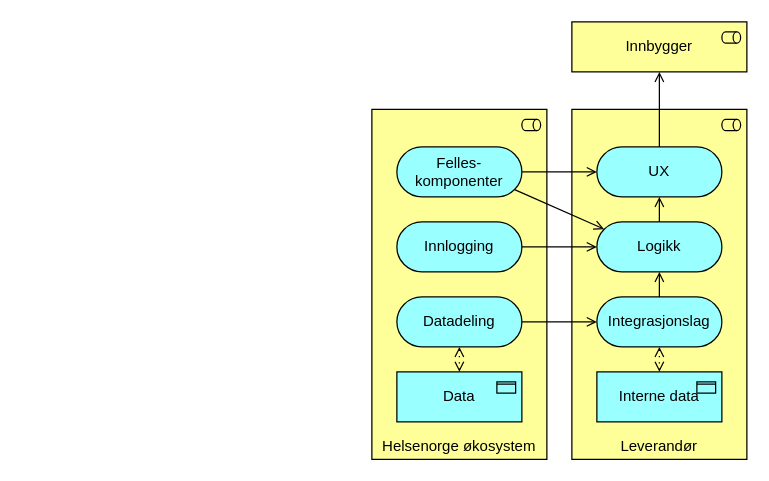
Before: docs/application/applikasjon-3part.drawio in hdir/Digital-Forstelinje, a draw.io diagram. Source tidied: cells renumbered, new cells numbered last; positions are measured from the earlier drawing's top-left corner, leaving out a move shared by most shapes. Both pictures are drawn from the tidied source at 125%, with x=0, y=0 at pixel (371, 21).
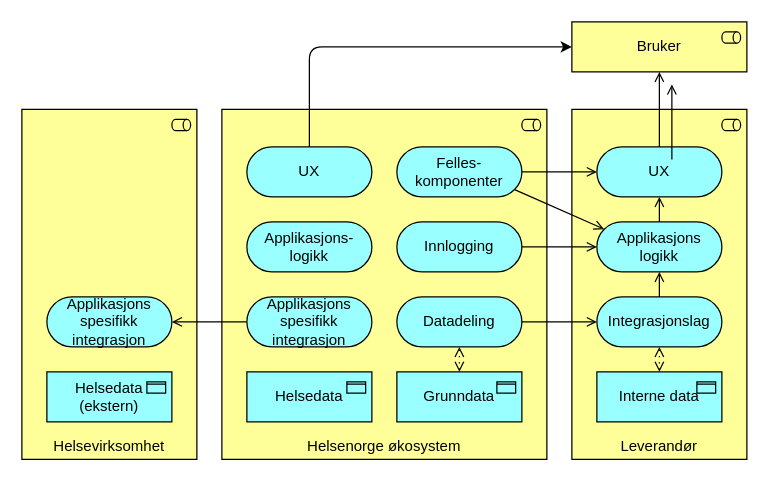
The same page after the edit.

Change to the diagram source:
```diff
@@
+    <mxCell id="22" value="&lt;div&gt;&lt;br&gt;&lt;/div&gt;&lt;div&gt;&lt;br&gt;&lt;/div&gt;&lt;div&gt;&lt;br&gt;&lt;/div&gt;&lt;div&gt;&lt;br&gt;&lt;/div&gt;&lt;div&gt;&lt;br&gt;&lt;/div&gt;&lt;div&gt;&lt;br&gt;&lt;/div&gt;&lt;div&gt;&lt;br&gt;&lt;/div&gt;&lt;div&gt;&lt;br&gt;&lt;/div&gt;&lt;div&gt;&lt;br&gt;&lt;/div&gt;&lt;div&gt;&lt;br&gt;&lt;/div&gt;&lt;div&gt;&lt;br&gt;&lt;/div&gt;&lt;div&gt;&lt;br&gt;&lt;/div&gt;&lt;div&gt;&lt;br&gt;&lt;/div&gt;&lt;div&gt;&lt;br&gt;&lt;/div&gt;&lt;div&gt;&lt;br&gt;&lt;/div&gt;&lt;div&gt;&lt;br&gt;&lt;/div&gt;&lt;div&gt;&lt;br&gt;&lt;/div&gt;&lt;div&gt;&lt;br&gt;&lt;/div&gt;&lt;div style=&quot;text-align: left;&quot;&gt;Helsevirksomhet&lt;/div&gt;" style="html=1;whiteSpace=wrap;fillColor=#ffff99;shape=mxgraph.archimate3.application;appType=role;archiType=square;" parent="1" vertex="1">
+      <mxGeometry x="-280" y="70" width="140" height="280" as="geometry" />
+    </mxCell>
     <mxCell id="2" value="&lt;div&gt;&lt;br&gt;&lt;/div&gt;&lt;div&gt;&lt;br&gt;&lt;/div&gt;&lt;div&gt;&lt;br&gt;&lt;/div&gt;&lt;div&gt;&lt;br&gt;&lt;/div&gt;&lt;div&gt;&lt;br&gt;&lt;/div&gt;&lt;div&gt;&lt;br&gt;&lt;/div&gt;&lt;div&gt;&lt;br&gt;&lt;/div&gt;&lt;div&gt;&lt;br&gt;&lt;/div&gt;&lt;div&gt;&lt;br&gt;&lt;/div&gt;&lt;div&gt;&lt;br&gt;&lt;/div&gt;&lt;div&gt;&lt;br&gt;&lt;/div&gt;&lt;div&gt;&lt;br&gt;&lt;/div&gt;&lt;div&gt;&lt;br&gt;&lt;/div&gt;&lt;div&gt;&lt;br&gt;&lt;/div&gt;&lt;div&gt;&lt;br&gt;&lt;/div&gt;&lt;div&gt;&lt;br&gt;&lt;/div&gt;&lt;div&gt;&lt;br&gt;&lt;/div&gt;&lt;div&gt;&lt;br&gt;&lt;/div&gt;&lt;div style=&quot;text-align: left;&quot;&gt;&lt;span style=&quot;background-color: transparent;&quot;&gt;Helsenorge økosystem&lt;/span&gt;&lt;/div&gt;" style="html=1;whiteSpace=wrap;fillColor=#ffff99;shape=mxgraph.archimate3.application;appType=role;archiType=square;" parent="1" vertex="1">
-      <mxGeometry y="70" width="140" height="280" as="geometry" />
+      <mxGeometry x="-120" y="70" width="260" height="280" as="geometry" />
     </mxCell>
@@
-    <mxCell id="5" value="Logikk" style="html=1;outlineConnect=0;whiteSpace=wrap;fillColor=#99ffff;shape=mxgraph.archimate3.service;" parent="1" vertex="1">
+    <mxCell id="5" value="Applikasjons logikk" style="html=1;outlineConnect=0;whiteSpace=wrap;fillColor=#99ffff;shape=mxgraph.archimate3.service;" parent="1" vertex="1">
       <mxGeometry x="180" y="160" width="100" height="40" as="geometry" />
     </mxCell>
-    <mxCell id="6" value="Data" style="html=1;outlineConnect=0;whiteSpace=wrap;fillColor=#99ffff;shape=mxgraph.archimate3.application;appType=passive;archiType=square;" parent="1" vertex="1">
+    <mxCell id="6" value="Grunndata" style="html=1;outlineConnect=0;whiteSpace=wrap;fillColor=#99ffff;shape=mxgraph.archimate3.application;appType=passive;archiType=square;" parent="1" vertex="1">
       <mxGeometry x="20" y="280" width="100" height="40" as="geometry" />
     </mxCell>
-    <mxCell id="7" value="Innbygger" style="html=1;outlineConnect=0;whiteSpace=wrap;fillColor=#ffff99;shape=mxgraph.archimate3.application;appType=role;archiType=square;" parent="1" vertex="1">
+    <mxCell id="7" value="Bruker" style="html=1;outlineConnect=0;whiteSpace=wrap;fillColor=#ffff99;shape=mxgraph.archimate3.application;appType=role;archiType=square;" parent="1" vertex="1">
       <mxGeometry x="160" width="140" height="40" as="geometry" />
     </mxCell>
@@
+    <mxCell id="23" value="Helsedata" style="html=1;whiteSpace=wrap;fillColor=#99ffff;shape=mxgraph.archimate3.application;appType=passive;archiType=square;" parent="1" vertex="1">
+      <mxGeometry x="-100" y="280" width="100" height="40" as="geometry" />
+    </mxCell>
+    <mxCell id="24" value="Helsedata (ekstern)" style="html=1;whiteSpace=wrap;fillColor=#99ffff;shape=mxgraph.archimate3.application;appType=passive;archiType=square;" parent="1" vertex="1">
+      <mxGeometry x="-260" y="280" width="100" height="40" as="geometry" />
+    </mxCell>
+    <mxCell id="25" value="Applikasjons-logikk" style="html=1;whiteSpace=wrap;fillColor=#99ffff;shape=mxgraph.archimate3.service;" parent="1" vertex="1">
+      <mxGeometry x="-100" y="160" width="100" height="40" as="geometry" />
+    </mxCell>
+    <mxCell id="26" value="UX" style="html=1;outlineConnect=0;whiteSpace=wrap;fillColor=#99ffff;shape=mxgraph.archimate3.service;" parent="1" vertex="1">
+      <mxGeometry x="-100" y="100" width="100" height="40" as="geometry" />
+    </mxCell>
+    <mxCell id="27" value="Applikasjons spesifikk integrasjon" style="html=1;outlineConnect=0;whiteSpace=wrap;fillColor=#99ffff;shape=mxgraph.archimate3.service;" parent="1" vertex="1">
+      <mxGeometry x="-100" y="220" width="100" height="40" as="geometry" />
+    </mxCell>
+    <mxCell id="28" value="Applikasjons spesifikk integrasjon" style="html=1;outlineConnect=0;whiteSpace=wrap;fillColor=#99ffff;shape=mxgraph.archimate3.service;" parent="1" vertex="1">
+      <mxGeometry x="-260" y="220" width="100" height="40" as="geometry" />
+    </mxCell>
+    <mxCell id="29" style="edgeStyle=elbowEdgeStyle;html=1;endArrow=open;elbow=vertical;endFill=1;exitX=0;exitY=0;exitDx=0;exitDy=20;exitPerimeter=0;entryX=0;entryY=0;entryDx=100;entryDy=20;entryPerimeter=0;" parent="1" edge="1" source="27" target="28">
+      <mxGeometry relative="1" as="geometry" />
+    </mxCell>
+    <mxCell id="30" style="html=1;endArrow=open;elbow=vertical;endFill=1;entryX=0.5;entryY=1;entryDx=0;entryDy=0;entryPerimeter=0;exitX=0.5;exitY=0;exitDx=0;exitDy=0;exitPerimeter=0;" parent="1" edge="1">
+      <mxGeometry relative="1" as="geometry">
+        <mxPoint x="240" y="110" as="sourcePoint" />
+        <mxPoint x="240" y="50" as="targetPoint" />
+      </mxGeometry>
+    </mxCell>
+    <mxCell id="31" style="edgeStyle=none;html=1;entryX=0;entryY=0.5;entryDx=0;entryDy=0;entryPerimeter=0;exitX=0.5;exitY=0;exitDx=0;exitDy=0;exitPerimeter=0;" parent="1" edge="1" source="26" target="7">
+      <mxGeometry relative="1" as="geometry">
+        <Array as="points">
+          <mxPoint x="-50" y="20" />
+        </Array>
+      </mxGeometry>
+    </mxCell>
```
